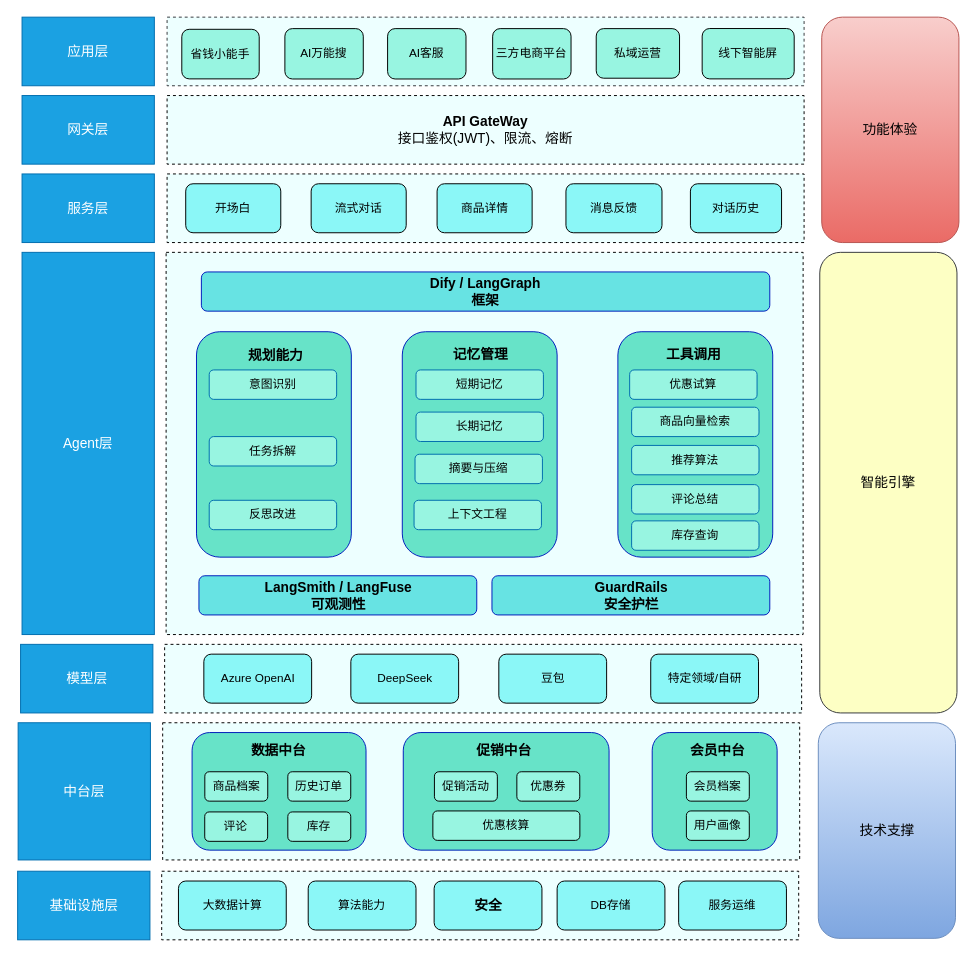
Earlier version of the draw.io diagram engineering/架构设计/省钱小能手-智能导购架构设计图.drawio (Wanke15/wanke15.github.io). Source tidied: cells renumbered, new cells numbered last; positions are measured from the earlier drawing's top-left corner, leaving out a move shared by most shapes. Both pictures are drawn from the tidied source at 98%, with x=0, y=0 at pixel (18, 17).
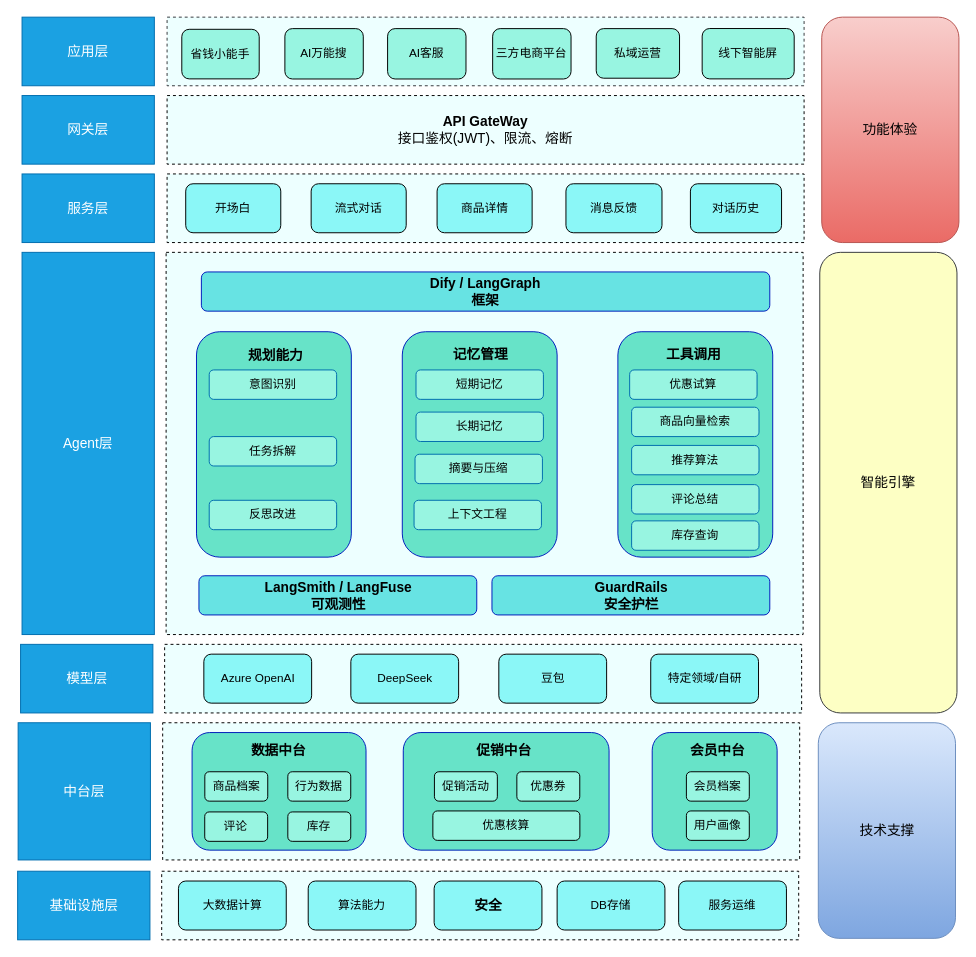
The same diagram, later.

Commit message:
更新省钱小能手-智能导购架构设计图.drawio

The edit, as a diff of the source:
```diff
@@
-    <mxCell id="70" value="历史订单" style="rounded=1;whiteSpace=wrap;html=1;fillColor=#98F5E1;" parent="1" vertex="1">
+    <mxCell id="70" value="行为数据" style="rounded=1;whiteSpace=wrap;html=1;fillColor=#98F5E1;" parent="1" vertex="1">
       <mxGeometry x="275.2" y="770" width="64.2" height="30" as="geometry" />
     </mxCell>
```
